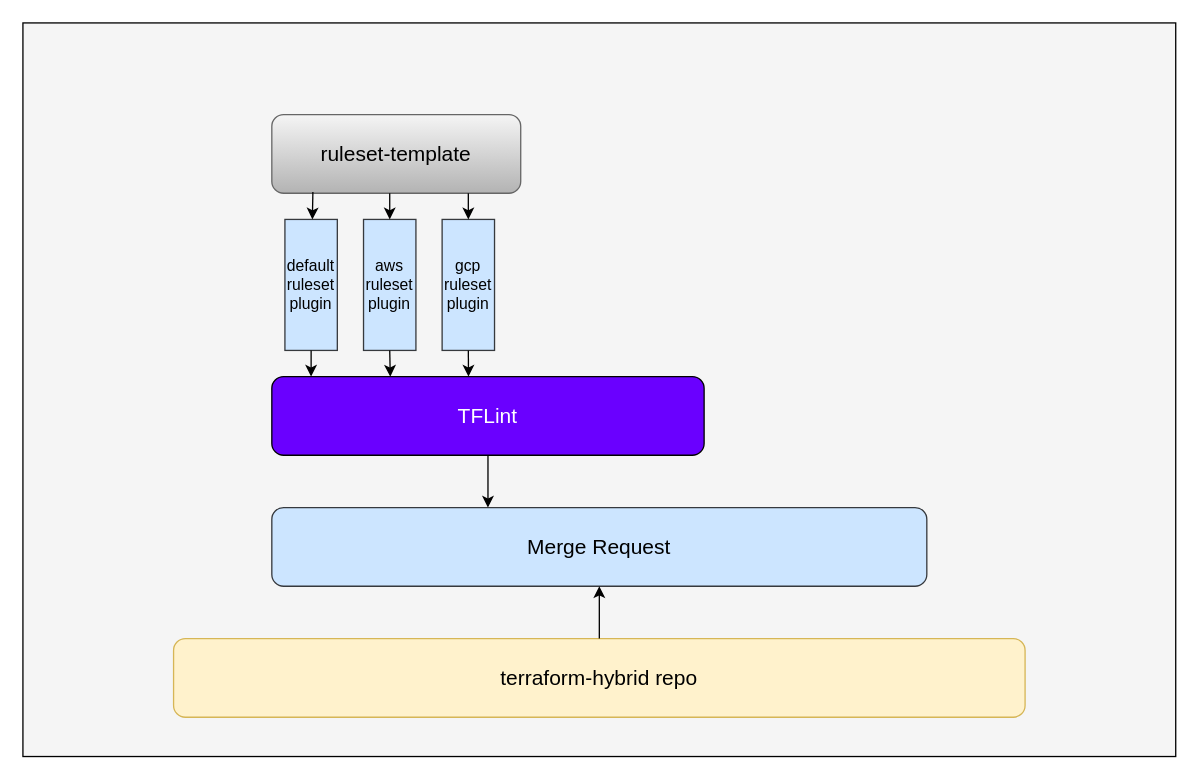
YanshanSong/draw.io keeps this draw.io diagram as tflint-reviewdog.drawio. Above is the earlier version. Source tidied: cells renumbered, new cells numbered last; positions are measured from the earlier drawing's top-left corner, leaving out a move shared by most shapes. Both pictures are drawn from the tidied source at 131%, with x=0, y=0 at pixel (22, 22).
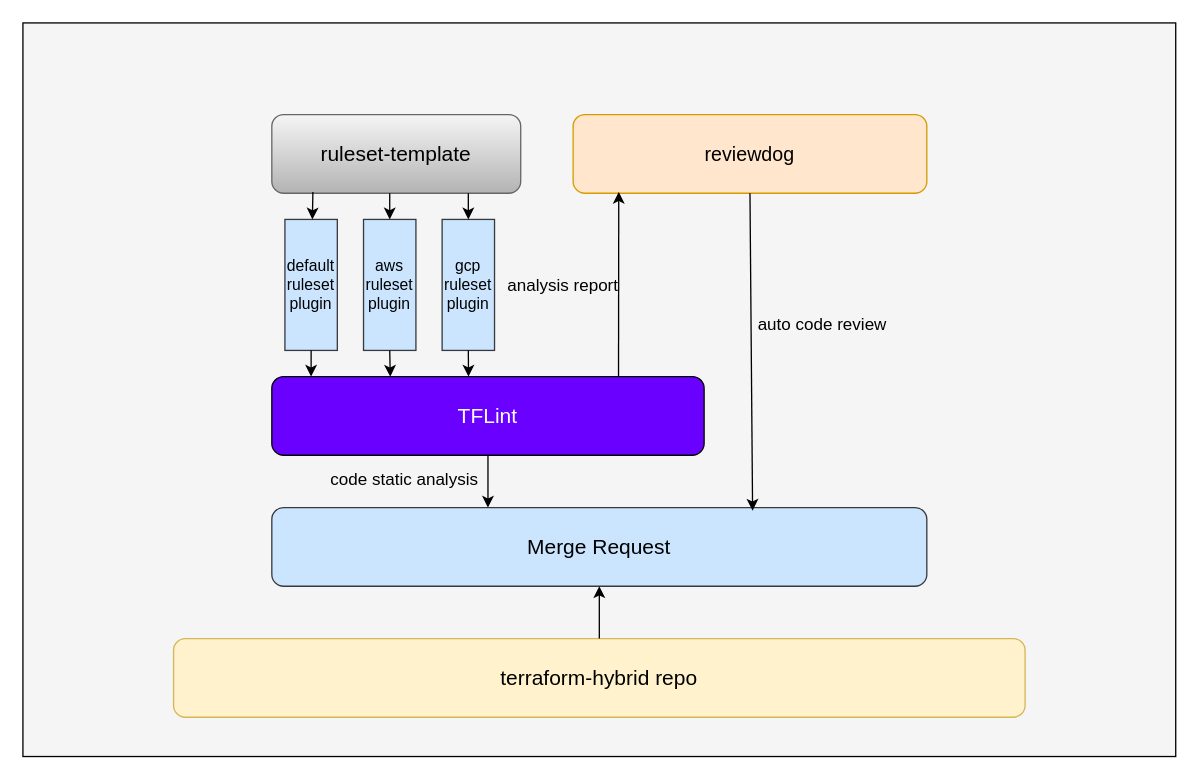
After the change.

The change refers to these unchanged cells:
```xml
<mxCell id="4" value="&lt;font style=&quot;font-size: 16px;&quot;&gt;Merge Request&lt;/font&gt;" style="rounded=1;whiteSpace=wrap;html=1;fillColor=#cce5ff;strokeColor=#36393d;" parent="1" vertex="1">
  <mxGeometry x="190" y="370" width="500" height="60" as="geometry" />
</mxCell>
<mxCell id="6" value="&lt;font style=&quot;font-size: 16px;&quot;&gt;TFLint&lt;/font&gt;" style="rounded=1;whiteSpace=wrap;html=1;fillColor=#6a00ff;fontColor=#ffffff;strokeColor=#000000;gradientColor=none;" parent="1" vertex="1">
  <mxGeometry x="190" y="270" width="330" height="60" as="geometry" />
</mxCell>
<mxCell id="7" style="endArrow=classic;html=1;rounded=0;exitX=0.5;exitY=1;exitDx=0;exitDy=0;" parent="1" edge="1" source="6">
  <mxGeometry relative="1" as="geometry">
    <mxPoint x="355" y="370" as="targetPoint" />
  </mxGeometry>
</mxCell>
```

Diff of the diagram source:
```diff
@@
+    <mxCell id="18" value="code static analysis" style="edgeLabel;html=1;align=center;verticalAlign=middle;labelBackgroundColor=none;fontSize=13;" parent="7" vertex="1">
+      <mxGeometry x="-0.16" y="3" relative="1" as="geometry">
+        <mxPoint x="-68" as="offset" />
+      </mxGeometry>
+    </mxCell>
@@
+    <mxCell id="19" value="&lt;font style=&quot;font-size: 15px;&quot;&gt;reviewdog&lt;/font&gt;" style="rounded=1;whiteSpace=wrap;html=1;fillColor=#ffe6cc;strokeColor=#d79b00;" parent="1" vertex="1">
+      <mxGeometry x="420" y="70" width="270" height="60" as="geometry" />
+    </mxCell>
+    <mxCell id="20" style="endArrow=classic;html=1;rounded=0;entryX=0.129;entryY=0.983;entryDx=0;entryDy=0;entryPerimeter=0;exitX=0.802;exitY=0.002;exitDx=0;exitDy=0;exitPerimeter=0;" parent="1" edge="1" source="6" target="19">
+      <mxGeometry relative="1" as="geometry" />
+    </mxCell>
+    <mxCell id="21" value="&lt;font style=&quot;font-size: 13px;&quot;&gt;analysis report&lt;/font&gt;" style="edgeLabel;html=1;align=center;verticalAlign=middle;labelBackgroundColor=none;fontSize=13;" parent="1" vertex="1">
+      <mxGeometry x="400" y="200" as="geometry">
+        <mxPoint x="11" y="-1" as="offset" />
+      </mxGeometry>
+    </mxCell>
+    <mxCell id="22" style="endArrow=classic;html=1;rounded=0;exitX=0.5;exitY=1;exitDx=0;exitDy=0;entryX=0.734;entryY=0.039;entryDx=0;entryDy=0;entryPerimeter=0;" parent="1" edge="1" source="19" target="4">
+      <mxGeometry relative="1" as="geometry" />
+    </mxCell>
+    <mxCell id="23" value="auto code review" style="edgeLabel;html=1;align=center;verticalAlign=middle;fontSize=13;labelBackgroundColor=none;" parent="22" vertex="1">
+      <mxGeometry x="-0.18" y="-1" relative="1" as="geometry">
+        <mxPoint x="55" as="offset" />
+      </mxGeometry>
+    </mxCell>
```
